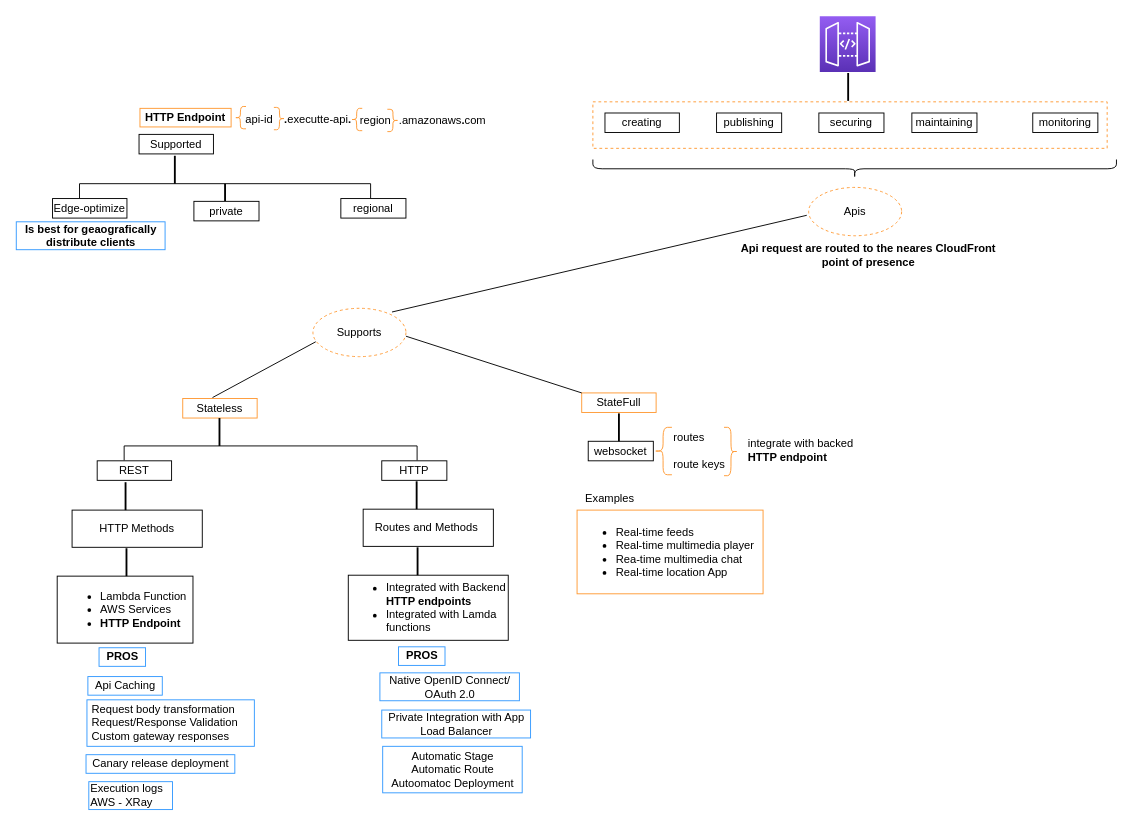
Earlier version of the draw.io diagram certification/apigateway/api_gateway.drawio (ldipotetjob/AWS). Source tidied: cells renumbered, new cells numbered last; positions are measured from the earlier drawing's top-left corner, leaving out a move shared by most shapes. Both pictures are drawn from the tidied source at 93%, with x=0, y=0 at pixel (16, 16).
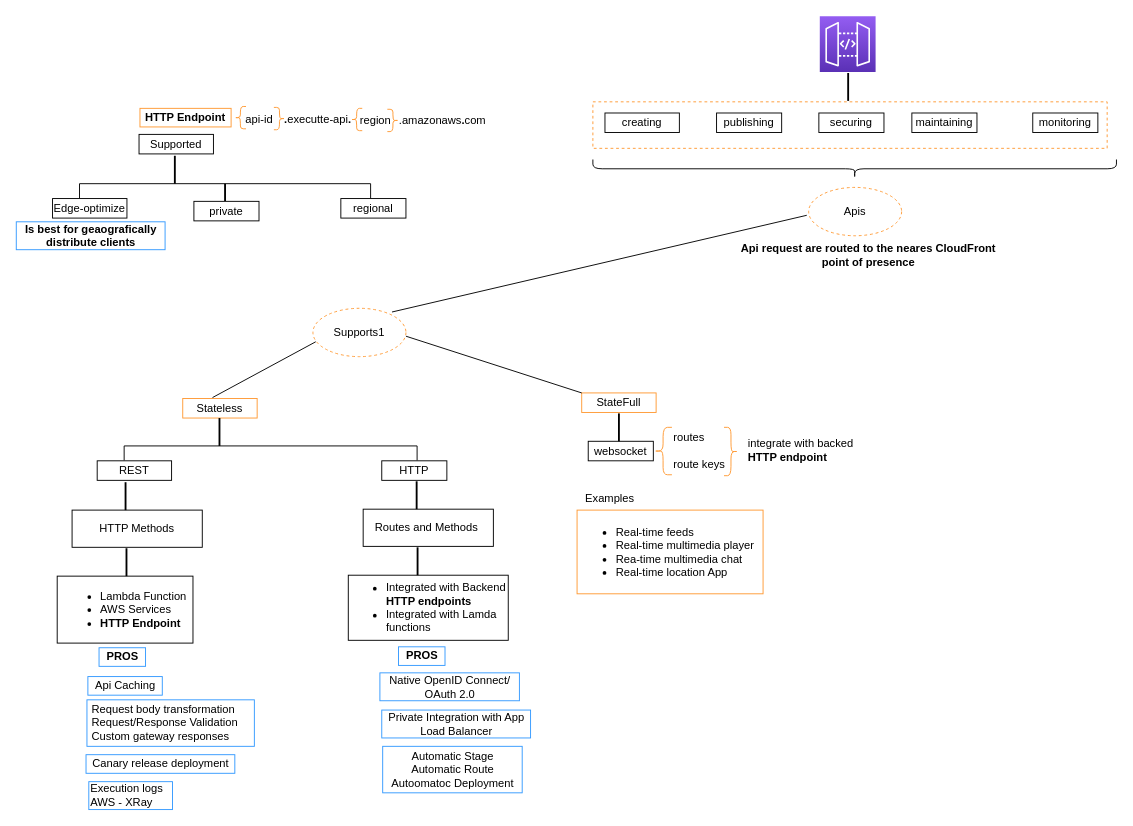
The same diagram, later.

Change to the diagram source:
```diff
@@
-    <mxCell id="17" value="Supports" style="ellipse;whiteSpace=wrap;html=1;dashed=1;strokeColor=#FF9933;fillColor=none;" parent="1" vertex="1">
+    <mxCell id="17" value="Supports1" style="ellipse;whiteSpace=wrap;html=1;dashed=1;strokeColor=#FF9933;fillColor=none;" parent="1" vertex="1">
       <mxGeometry x="319" y="314" width="100" height="52" as="geometry" />
     </mxCell>
```
